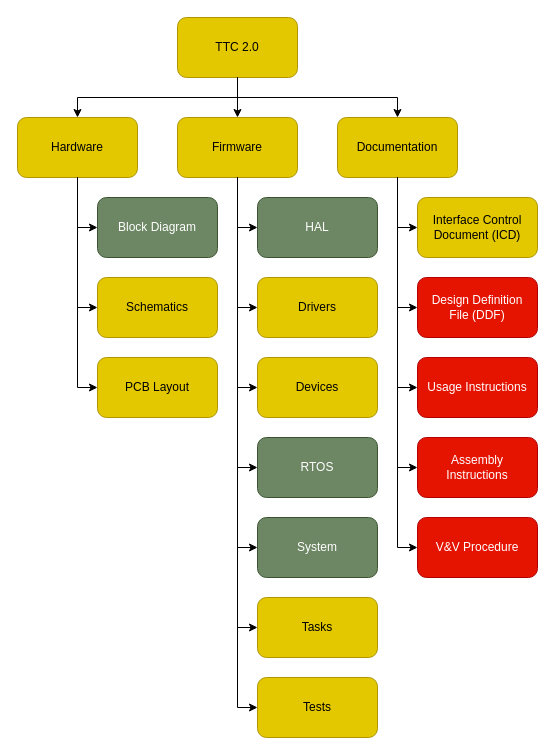
Before: doc/user_manual/figures/product-tree.drawio in spacelab-ufsc/ttc2, a draw.io diagram. Source tidied: cells renumbered, new cells numbered last; positions are measured from the earlier drawing's top-left corner, leaving out a move shared by most shapes. Both pictures are drawn from the tidied source at 100%, with x=0, y=0 at pixel (17, 17).
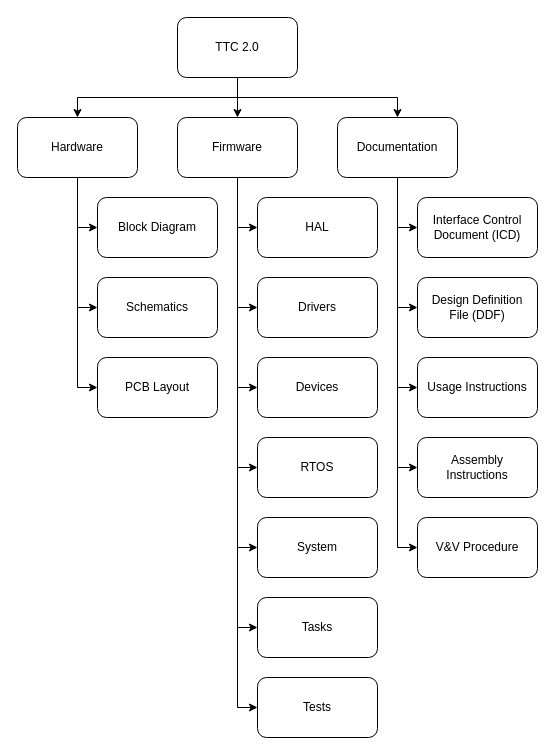
Above is the later version.

Change to the diagram source:
```diff
@@
-    <mxCell id="2" value="TTC 2.0" style="rounded=1;whiteSpace=wrap;html=1;fillColor=#e3c800;fontColor=#000000;strokeColor=#B09500;" parent="1" vertex="1">
+    <mxCell id="2" value="TTC 2.0" style="rounded=1;whiteSpace=wrap;html=1;" parent="1" vertex="1">
       <mxGeometry x="160" width="120" height="60" as="geometry" />
     </mxCell>
-    <mxCell id="3" value="Hardware" style="rounded=1;whiteSpace=wrap;html=1;fillColor=#e3c800;fontColor=#000000;strokeColor=#B09500;" parent="1" vertex="1">
+    <mxCell id="3" value="Hardware" style="rounded=1;whiteSpace=wrap;html=1;" parent="1" vertex="1">
       <mxGeometry y="100" width="120" height="60" as="geometry" />
     </mxCell>
-    <mxCell id="4" value="Firmware" style="rounded=1;whiteSpace=wrap;html=1;fillColor=#e3c800;fontColor=#000000;strokeColor=#B09500;" parent="1" vertex="1">
+    <mxCell id="4" value="Firmware" style="rounded=1;whiteSpace=wrap;html=1;" parent="1" vertex="1">
       <mxGeometry x="160" y="100" width="120" height="60" as="geometry" />
     </mxCell>
-    <mxCell id="5" value="Documentation" style="rounded=1;whiteSpace=wrap;html=1;fillColor=#e3c800;fontColor=#000000;strokeColor=#B09500;" parent="1" vertex="1">
+    <mxCell id="5" value="Documentation" style="rounded=1;whiteSpace=wrap;html=1;" parent="1" vertex="1">
       <mxGeometry x="320" y="100" width="120" height="60" as="geometry" />
     </mxCell>
@@
-    <mxCell id="9" value="Interface Control&lt;br&gt;Document (ICD)" style="rounded=1;whiteSpace=wrap;html=1;fillColor=#e3c800;fontColor=#000000;strokeColor=#B09500;" parent="1" vertex="1">
+    <mxCell id="9" value="Interface Control&lt;br&gt;Document (ICD)" style="rounded=1;whiteSpace=wrap;html=1;" parent="1" vertex="1">
       <mxGeometry x="400" y="180" width="120" height="60" as="geometry" />
     </mxCell>
-    <mxCell id="10" value="Design Definition&lt;br&gt;File (DDF)" style="rounded=1;whiteSpace=wrap;html=1;fillColor=#e51400;fontColor=#ffffff;strokeColor=#B20000;" parent="1" vertex="1">
+    <mxCell id="10" value="Design Definition&lt;br&gt;File (DDF)" style="rounded=1;whiteSpace=wrap;html=1;" parent="1" vertex="1">
       <mxGeometry x="400" y="260" width="120" height="60" as="geometry" />
     </mxCell>
-    <mxCell id="11" value="Block Diagram" style="rounded=1;whiteSpace=wrap;html=1;fillColor=#6d8764;fontColor=#ffffff;strokeColor=#3A5431;" parent="1" vertex="1">
+    <mxCell id="11" value="Block Diagram" style="rounded=1;whiteSpace=wrap;html=1;" parent="1" vertex="1">
       <mxGeometry x="80" y="180" width="120" height="60" as="geometry" />
     </mxCell>
-    <mxCell id="12" value="Schematics" style="rounded=1;whiteSpace=wrap;html=1;fillColor=#e3c800;fontColor=#000000;strokeColor=#B09500;" parent="1" vertex="1">
+    <mxCell id="12" value="Schematics" style="rounded=1;whiteSpace=wrap;html=1;" parent="1" vertex="1">
       <mxGeometry x="80" y="260" width="120" height="60" as="geometry" />
     </mxCell>
-    <mxCell id="13" value="PCB Layout" style="rounded=1;whiteSpace=wrap;html=1;fillColor=#e3c800;fontColor=#000000;strokeColor=#B09500;" parent="1" vertex="1">
+    <mxCell id="13" value="PCB Layout" style="rounded=1;whiteSpace=wrap;html=1;" parent="1" vertex="1">
       <mxGeometry x="80" y="340" width="120" height="60" as="geometry" />
     </mxCell>
@@
-    <mxCell id="17" value="HAL" style="rounded=1;whiteSpace=wrap;html=1;fillColor=#6d8764;fontColor=#ffffff;strokeColor=#3A5431;" parent="1" vertex="1">
+    <mxCell id="17" value="HAL" style="rounded=1;whiteSpace=wrap;html=1;" parent="1" vertex="1">
       <mxGeometry x="240" y="180" width="120" height="60" as="geometry" />
     </mxCell>
-    <mxCell id="18" value="Drivers" style="rounded=1;whiteSpace=wrap;html=1;fillColor=#e3c800;fontColor=#000000;strokeColor=#B09500;" parent="1" vertex="1">
+    <mxCell id="18" value="Drivers" style="rounded=1;whiteSpace=wrap;html=1;" parent="1" vertex="1">
       <mxGeometry x="240" y="260" width="120" height="60" as="geometry" />
     </mxCell>
-    <mxCell id="19" value="Devices" style="rounded=1;whiteSpace=wrap;html=1;fillColor=#e3c800;fontColor=#000000;strokeColor=#B09500;" parent="1" vertex="1">
+    <mxCell id="19" value="Devices" style="rounded=1;whiteSpace=wrap;html=1;" parent="1" vertex="1">
       <mxGeometry x="240" y="340" width="120" height="60" as="geometry" />
     </mxCell>
-    <mxCell id="20" value="RTOS" style="rounded=1;whiteSpace=wrap;html=1;fillColor=#6d8764;fontColor=#ffffff;strokeColor=#3A5431;" parent="1" vertex="1">
+    <mxCell id="20" value="RTOS" style="rounded=1;whiteSpace=wrap;html=1;" parent="1" vertex="1">
       <mxGeometry x="240" y="420" width="120" height="60" as="geometry" />
     </mxCell>
-    <mxCell id="21" value="System" style="rounded=1;whiteSpace=wrap;html=1;fillColor=#6d8764;fontColor=#ffffff;strokeColor=#3A5431;" parent="1" vertex="1">
+    <mxCell id="21" value="System" style="rounded=1;whiteSpace=wrap;html=1;" parent="1" vertex="1">
       <mxGeometry x="240" y="500" width="120" height="60" as="geometry" />
     </mxCell>
-    <mxCell id="22" value="Tasks" style="rounded=1;whiteSpace=wrap;html=1;fillColor=#e3c800;fontColor=#000000;strokeColor=#B09500;" parent="1" vertex="1">
+    <mxCell id="22" value="Tasks" style="rounded=1;whiteSpace=wrap;html=1;" parent="1" vertex="1">
       <mxGeometry x="240" y="580" width="120" height="60" as="geometry" />
     </mxCell>
-    <mxCell id="23" value="Tests" style="rounded=1;whiteSpace=wrap;html=1;fillColor=#e3c800;fontColor=#000000;strokeColor=#B09500;" parent="1" vertex="1">
+    <mxCell id="23" value="Tests" style="rounded=1;whiteSpace=wrap;html=1;" parent="1" vertex="1">
       <mxGeometry x="240" y="660" width="120" height="60" as="geometry" />
     </mxCell>
@@
-    <mxCell id="33" value="Assembly&lt;br&gt;Instructions" style="rounded=1;whiteSpace=wrap;html=1;fillColor=#e51400;fontColor=#ffffff;strokeColor=#B20000;" parent="1" vertex="1">
+    <mxCell id="33" value="Assembly&lt;br&gt;Instructions" style="rounded=1;whiteSpace=wrap;html=1;" parent="1" vertex="1">
       <mxGeometry x="400" y="420" width="120" height="60" as="geometry" />
     </mxCell>
@@
-    <mxCell id="35" value="V&amp;amp;V Procedure" style="rounded=1;whiteSpace=wrap;html=1;fillColor=#e51400;fontColor=#ffffff;strokeColor=#B20000;" parent="1" vertex="1">
+    <mxCell id="35" value="V&amp;amp;V Procedure" style="rounded=1;whiteSpace=wrap;html=1;" parent="1" vertex="1">
       <mxGeometry x="400" y="500" width="120" height="60" as="geometry" />
     </mxCell>
@@
-    <mxCell id="37" value="Usage Instructions" style="rounded=1;whiteSpace=wrap;html=1;fillColor=#e51400;fontColor=#ffffff;strokeColor=#B20000;" parent="1" vertex="1">
+    <mxCell id="37" value="Usage Instructions" style="rounded=1;whiteSpace=wrap;html=1;" parent="1" vertex="1">
       <mxGeometry x="400" y="340" width="120" height="60" as="geometry" />
     </mxCell>
```
